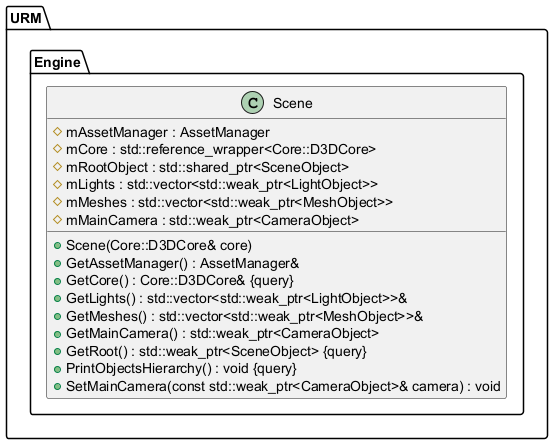
Above: Latex/images/UML/scene.png in MinikPLayer/MasterThesis_UniversalRenderingModule_D3D11 (PlantUML), before the change.
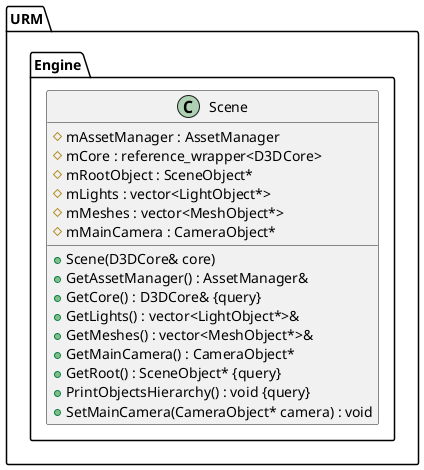
After the change.

Diff of the diagram source:
```diff
@@ -9,21 +9,21 @@
 namespace URM {
 	namespace Engine {
 		class Scene {
-			+Scene(Core::D3DCore& core)
+			+Scene(D3DCore& core)
 			#mAssetManager : AssetManager
 			+GetAssetManager() : AssetManager&
-			+GetCore() : Core::D3DCore& {query}
-			#mCore : std::reference_wrapper<Core::D3DCore>
-			#mRootObject : std::shared_ptr<SceneObject>
-			#mLights : std::vector<std::weak_ptr<LightObject>>
-			+GetLights() : std::vector<std::weak_ptr<LightObject>>&
-			#mMeshes : std::vector<std::weak_ptr<MeshObject>>
-			+GetMeshes() : std::vector<std::weak_ptr<MeshObject>>&
-			+GetMainCamera() : std::weak_ptr<CameraObject>
-			#mMainCamera : std::weak_ptr<CameraObject>
-			+GetRoot() : std::weak_ptr<SceneObject> {query}
+			+GetCore() : D3DCore& {query}
+			#mCore : reference_wrapper<D3DCore>
+			#mRootObject : SceneObject*
+			#mLights : vector<LightObject*>
+			+GetLights() : vector<LightObject*>&
+			#mMeshes : vector<MeshObject*>
+			+GetMeshes() : vector<MeshObject*>&
+			+GetMainCamera() : CameraObject*
+			#mMainCamera : CameraObject*
+			+GetRoot() : SceneObject* {query}
 			+PrintObjectsHierarchy() : void {query}
-			+SetMainCamera(const std::weak_ptr<CameraObject>& camera) : void
+			+SetMainCamera(CameraObject* camera) : void
 		}
 	}
 }
```
